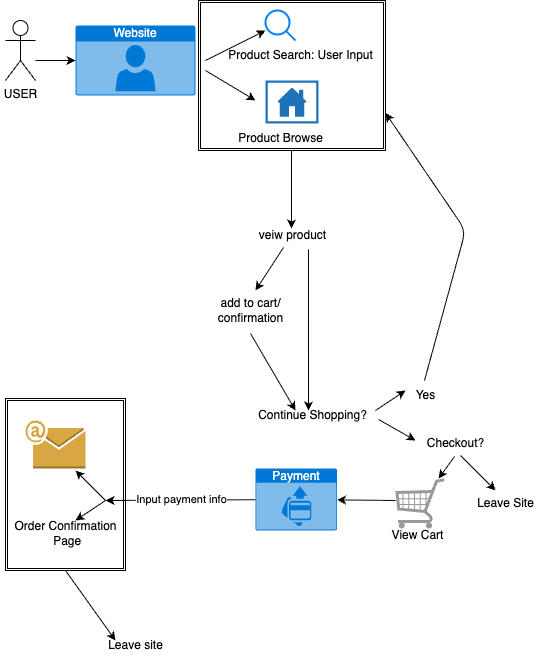
This is explore/diagramming/diagram.drawio.png from laviitai/sp26-cse110-lab4, a draw.io export, as it was before one commit. Source tidied: cells renumbered, new cells last; positions are measured from the earlier drawing's top-left corner, leaving out a move shared by most shapes.
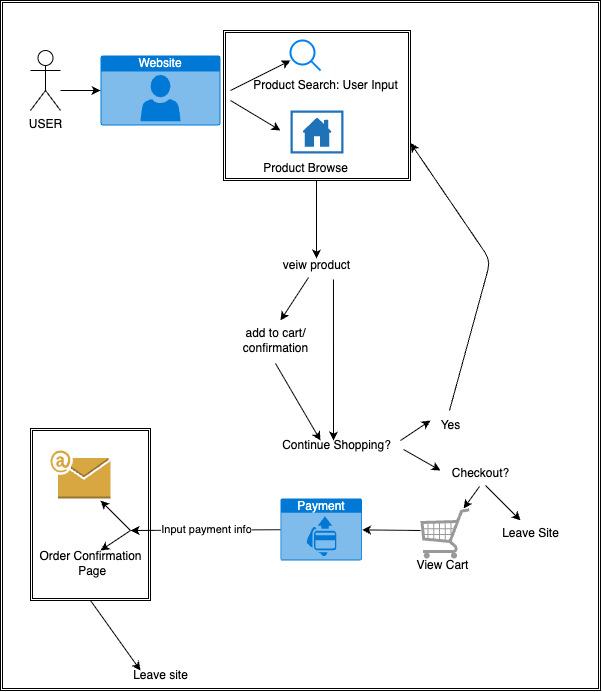
After the commit.

Diff of the diagram source:
```diff
@@ -2,6 +2,9 @@
   <root>
     <mxCell id="0" />
     <mxCell id="1" parent="0" />
+    <mxCell id="41" style="shape=ext;double=1;rounded=0;whiteSpace=wrap;html=1;" parent="1" vertex="1">
+      <mxGeometry x="-25" y="-30" width="600" height="690" as="geometry" />
+    </mxCell>
     <mxCell id="2" style="shape=ext;double=1;rounded=0;whiteSpace=wrap;html=1;" parent="1" vertex="1">
       <mxGeometry x="5" y="398" width="120" height="172" as="geometry" />
     </mxCell>
```
